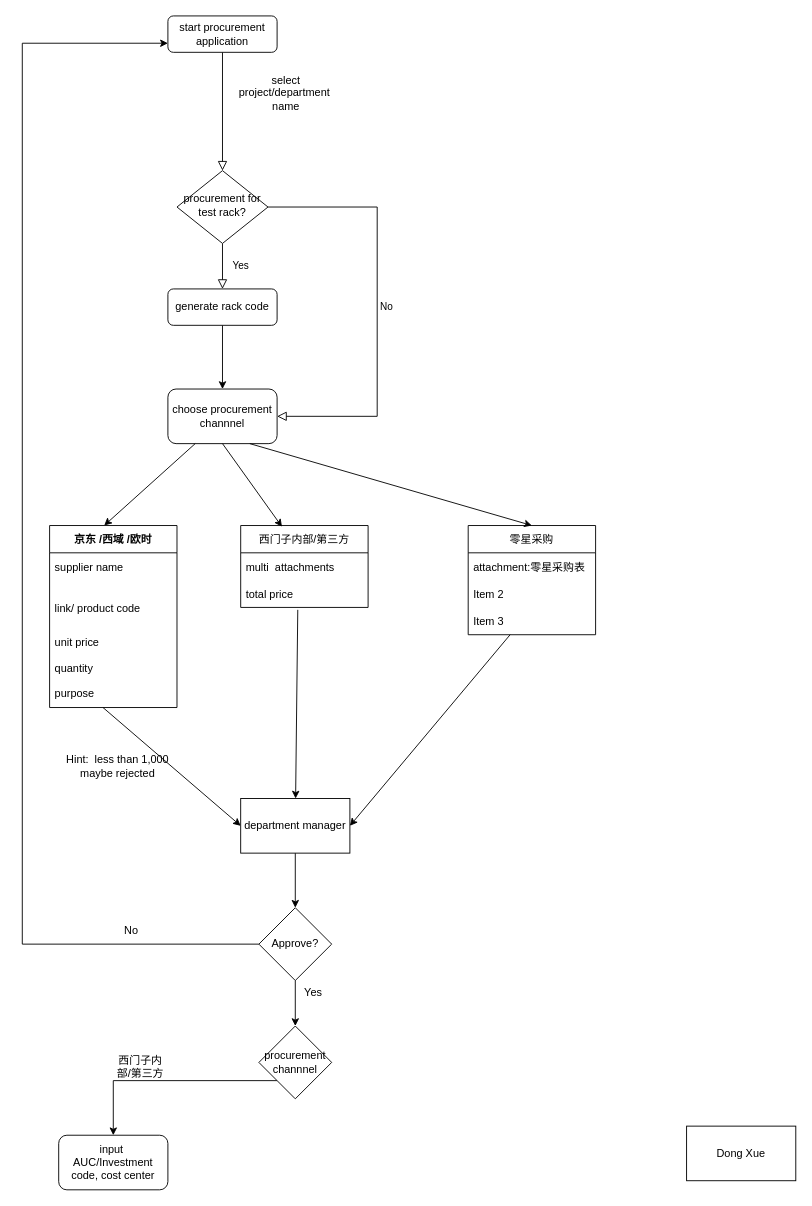
This is 采购.drawio from UMkevin/coolweather, a draw.io file, before an edit. Source tidied: cells renumbered, new cells numbered last; positions are measured from the earlier drawing's top-left corner, leaving out a move shared by most shapes. Both pictures are drawn from the tidied source at 91%, with x=0, y=0 at pixel (22, 15).
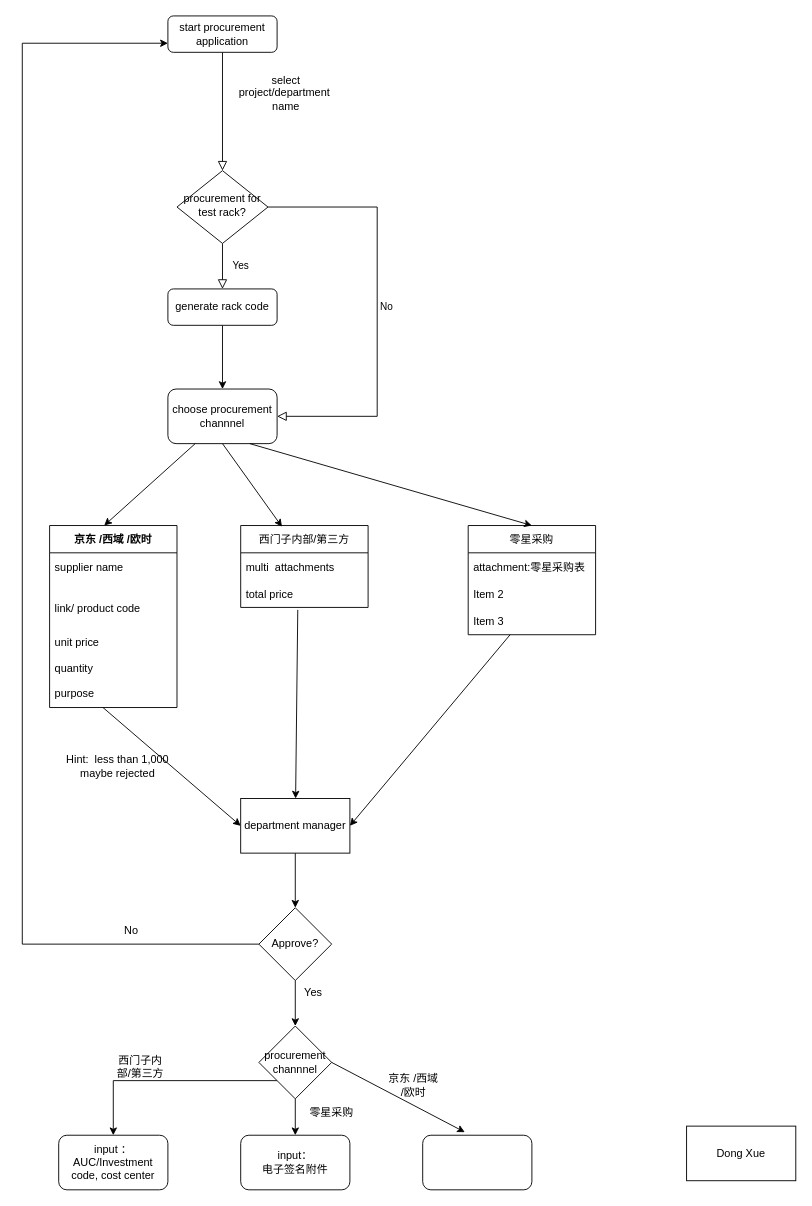
Above is the later version.

Unchanged cells that the change refers to:
```xml
<mxCell id="36" value="procurement channnel" style="rhombus;whiteSpace=wrap;html=1;" parent="1" vertex="1">
  <mxGeometry x="260" y="1110" width="80" height="80" as="geometry" />
</mxCell>
```

What changed in the source:
```diff
@@
+    <mxCell id="41" style="edgeStyle=orthogonalEdgeStyle;rounded=0;jettySize=auto;html=1;exitX=0.5;exitY=1;exitDx=0;exitDy=0;entryX=0.5;entryY=0;entryDx=0;entryDy=0;" parent="1" edge="1" source="36" target="42">
+      <mxGeometry relative="1" as="geometry" />
+    </mxCell>
@@
-    <mxCell id="38" value="input&amp;nbsp; AUC/Investment code, cost center" style="rounded=1;whiteSpace=wrap;html=1;" parent="1" vertex="1">
+    <mxCell id="38" value="input ： AUC/Investment code, cost center" style="rounded=1;whiteSpace=wrap;html=1;" parent="1" vertex="1">
       <mxGeometry x="40" y="1230" width="120" height="60" as="geometry" />
     </mxCell>
@@
+    <mxCell id="42" value="input：&lt;br&gt;电子签名附件" style="rounded=1;whiteSpace=wrap;html=1;" parent="1" vertex="1">
+      <mxGeometry x="240" y="1230" width="120" height="60" as="geometry" />
+    </mxCell>
+    <mxCell id="43" value="零星采购" style="text;html=1;strokeColor=none;fillColor=none;align=center;verticalAlign=middle;whiteSpace=wrap;rounded=0;" parent="1" vertex="1">
+      <mxGeometry x="310" y="1190" width="60" height="30" as="geometry" />
+    </mxCell>
+    <mxCell id="44" style="rounded=1;whiteSpace=wrap;html=1;" parent="1" vertex="1">
+      <mxGeometry x="440" y="1230" width="120" height="60" as="geometry" />
+    </mxCell>
+    <mxCell id="45" style="endArrow=classic;html=1;rounded=0;exitX=1;exitY=0.5;exitDx=0;exitDy=0;entryX=0.386;entryY=-0.056;entryDx=0;entryDy=0;entryPerimeter=0;" parent="1" edge="1" source="36" target="44">
+      <mxGeometry relative="1" as="geometry" />
+    </mxCell>
+    <mxCell id="46" value="京东 /西域 /欧时" style="text;html=1;strokeColor=none;fillColor=none;align=center;verticalAlign=middle;whiteSpace=wrap;rounded=0;" parent="1" vertex="1">
+      <mxGeometry x="400" y="1160" width="60" height="30" as="geometry" />
+    </mxCell>
```
